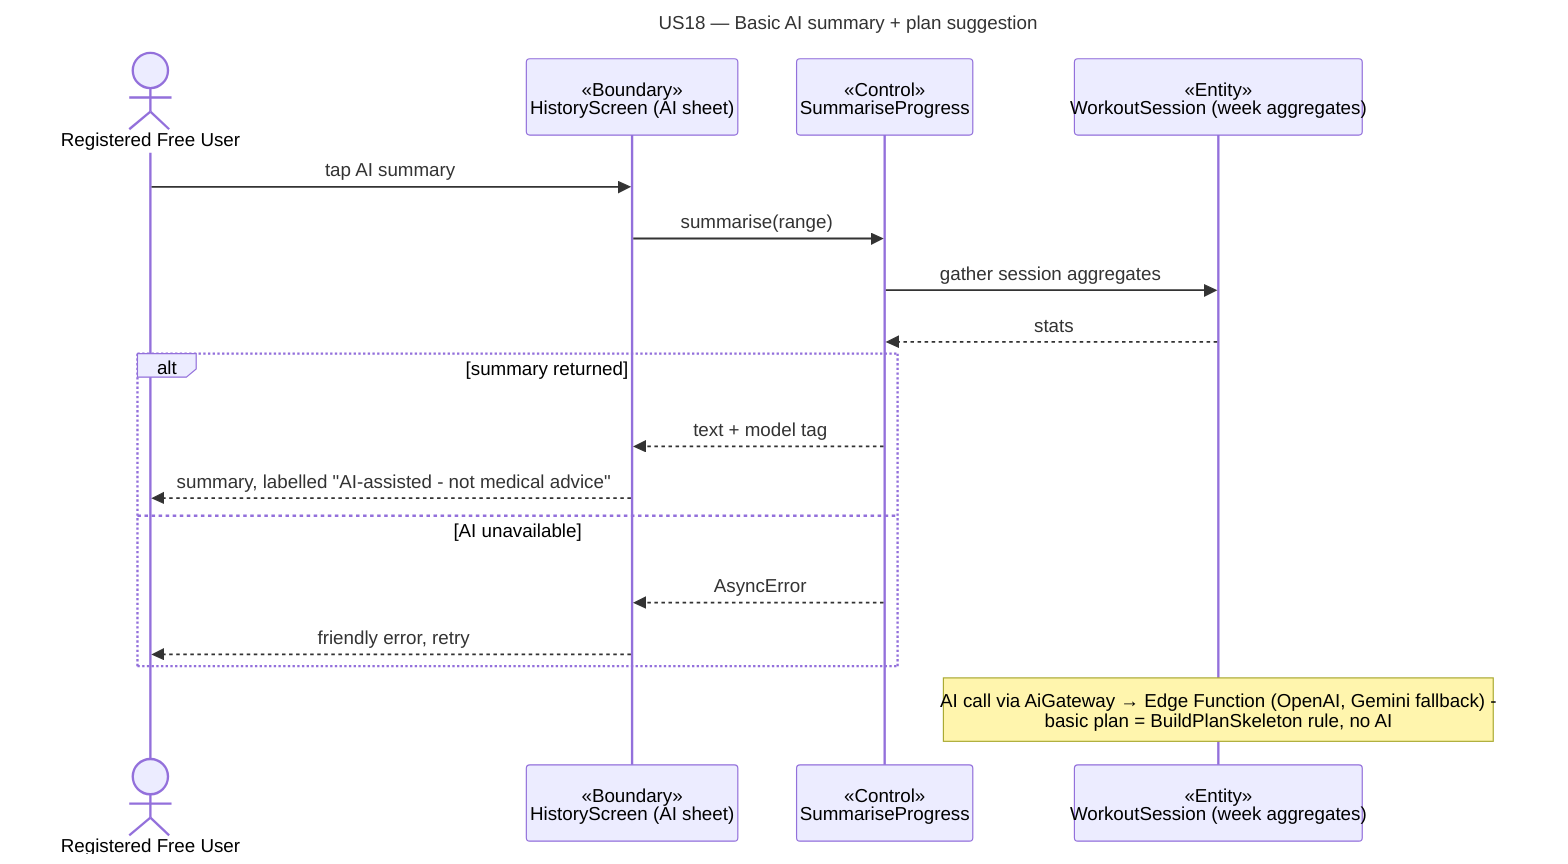
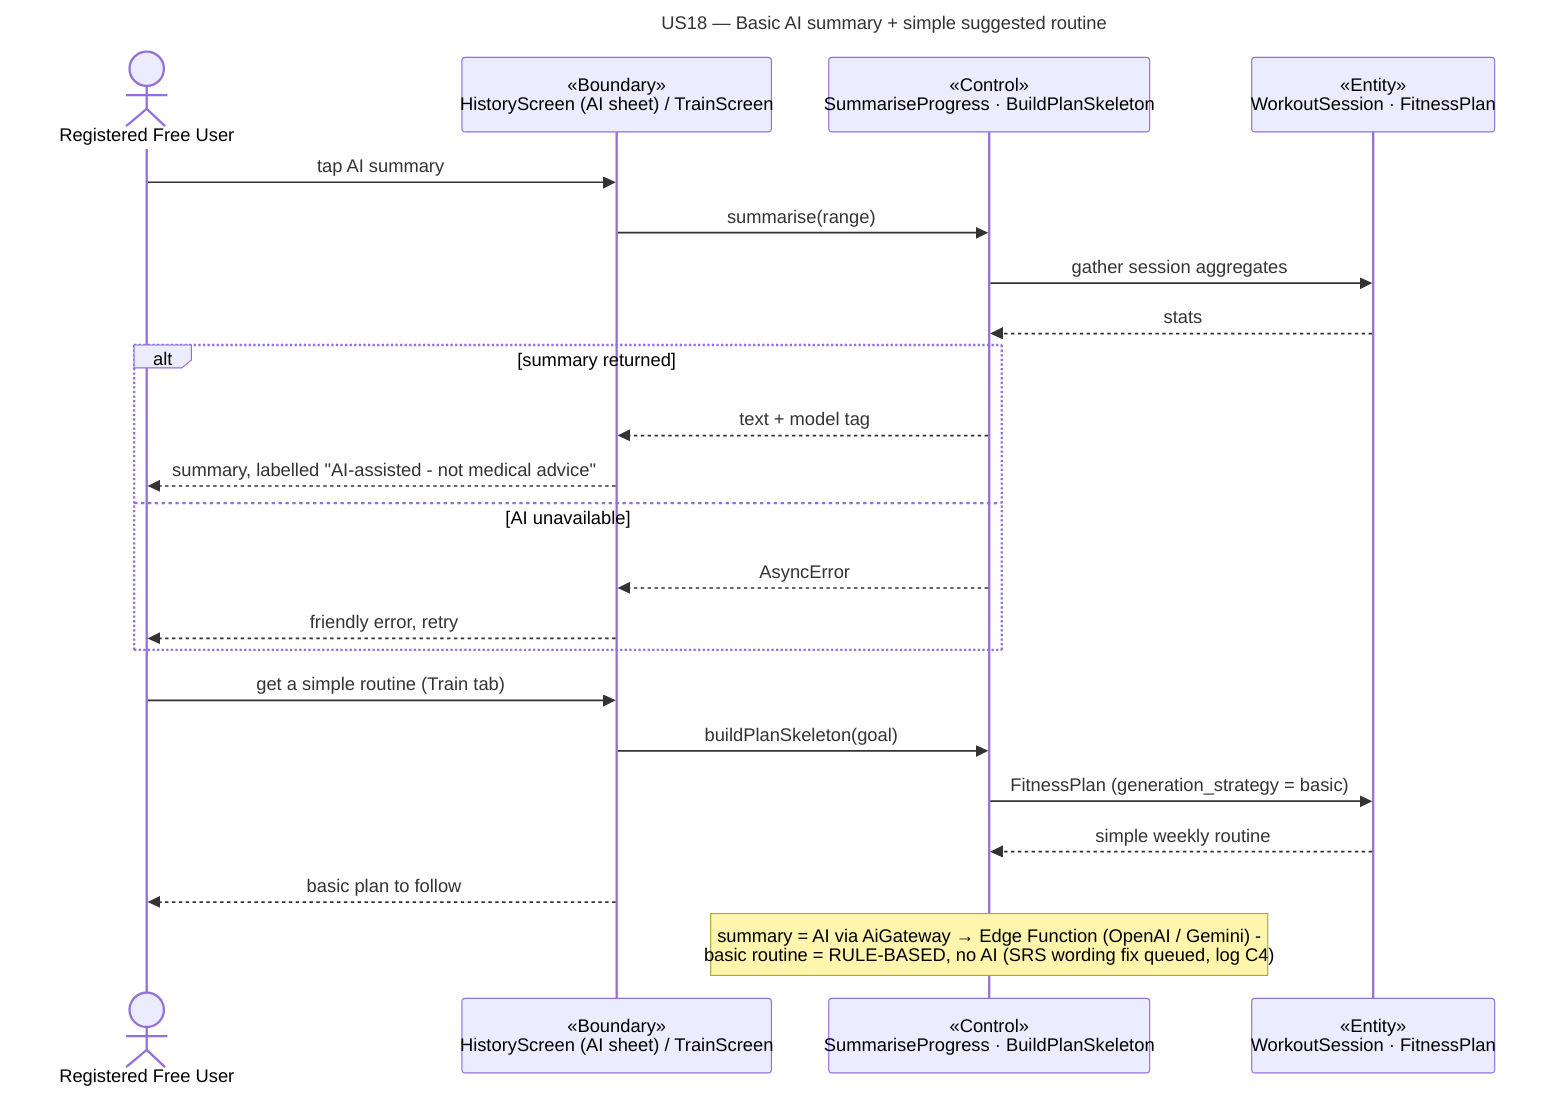
---
- title: "US18 — Basic AI summary + plan suggestion"
+ title: "US18 — Basic AI summary + simple suggested routine"
---
sequenceDiagram
  actor A as Registered Free User
-   participant B as «Boundary»<br/>HistoryScreen (AI sheet)
-   participant C as «Control»<br/>SummariseProgress
-   participant E as «Entity»<br/>WorkoutSession (week aggregates)
+   participant B as «Boundary»<br/>HistoryScreen (AI sheet) / TrainScreen
+   participant C as «Control»<br/>SummariseProgress · BuildPlanSkeleton
+   participant E as «Entity»<br/>WorkoutSession · FitnessPlan
  A->>B: tap AI summary
  B->>C: summarise(range)
  C->>E: gather session aggregates
  E-->>C: stats
  alt summary returned
    C-->>B: text + model tag
    B-->>A: summary, labelled "AI-assisted - not medical advice"
  else AI unavailable
    C-->>B: AsyncError
    B-->>A: friendly error, retry
  end
-   note over E: AI call via AiGateway → Edge Function (OpenAI, Gemini fallback) -<br/>basic plan = BuildPlanSkeleton rule, no AI
+   A->>B: get a simple routine (Train tab)
+   B->>C: buildPlanSkeleton(goal)
+   C->>E: FitnessPlan (generation_strategy = basic)
+   E-->>C: simple weekly routine
+   B-->>A: basic plan to follow
+   note over C: summary = AI via AiGateway → Edge Function (OpenAI / Gemini) -<br/>basic routine = RULE-BASED, no AI (SRS wording fix queued, log C4)
